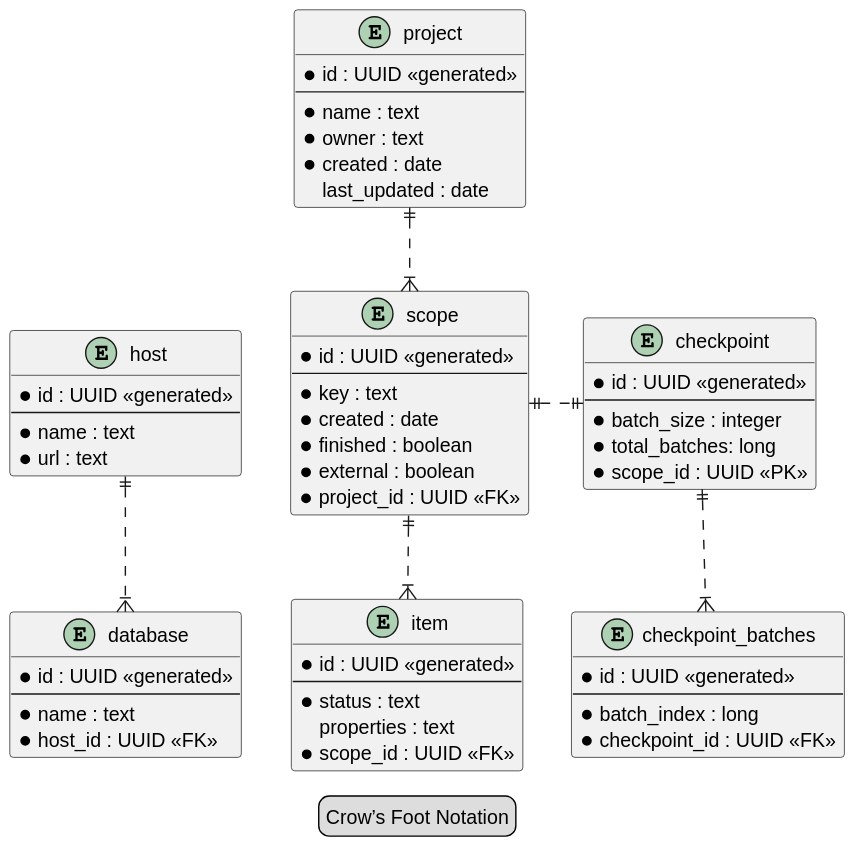
Earlier version of the PlantUML export data-migration-documentation/src/main/images/databaseModel.svg (TuncerCatalkaya/data-migration).
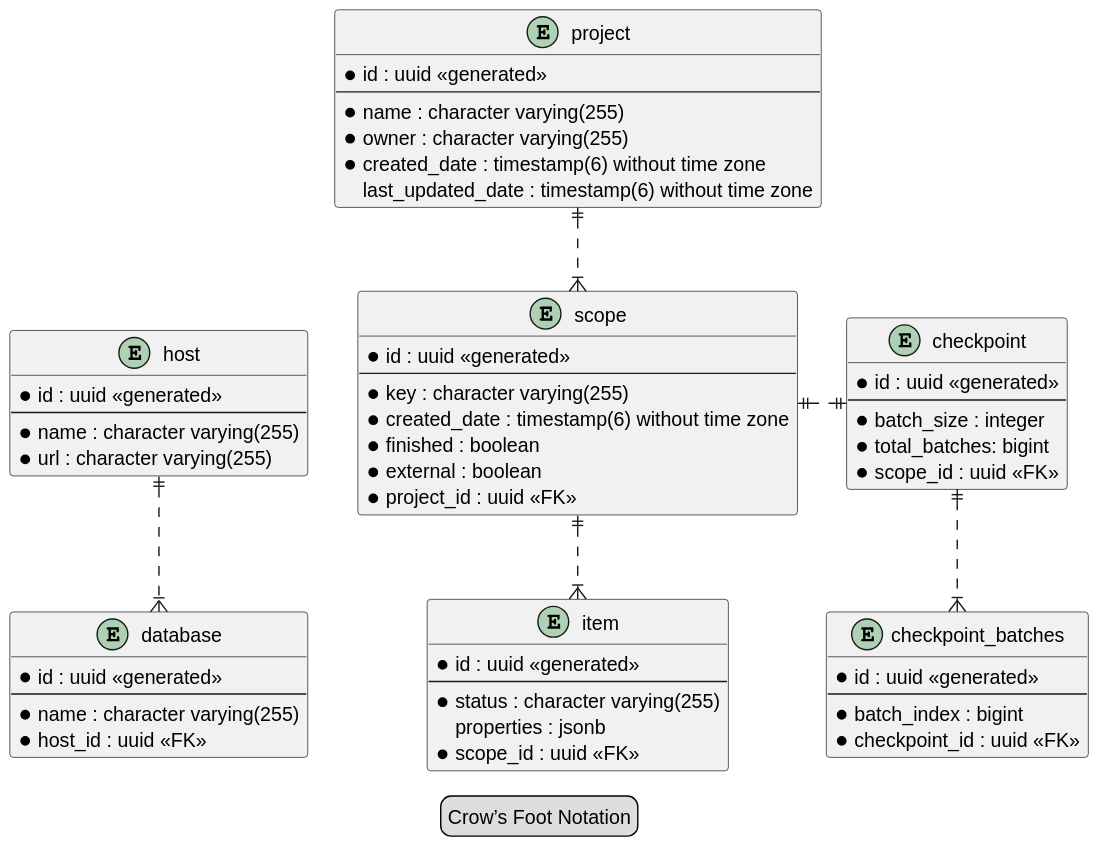
After the commit.

The edit, as a diff of the source:
```diff
@@ -2,59 +2,59 @@
 legend Crow’s Foot Notation
 
 entity project {
-    * id : UUID <<generated>>
+    * id : uuid <<generated>>
     --
-    * name : text
-    * owner : text
-    * created : date
-    last_updated : date
+    * name : character varying(255)
+    * owner : character varying(255)
+    * created_date : timestamp(6) without time zone
+    last_updated_date : timestamp(6) without time zone
 }
 
 entity scope {
-    * id : UUID <<generated>>
+    * id : uuid <<generated>>
     --
-    * key : text
-    * created : date
+    * key : character varying(255)
+    * created_date : timestamp(6) without time zone
     * finished : boolean
     * external : boolean
-    * project_id : UUID <<FK>>
+    * project_id : uuid <<FK>>
 }
 
 entity item {
-    * id : UUID <<generated>>
+    * id : uuid <<generated>>
     --
-    * status : text
-    properties : text
-    * scope_id : UUID <<FK>>
+    * status : character varying(255)
+    properties : jsonb
+    * scope_id : uuid <<FK>>
 }
 
 entity checkpoint {
-    * id : UUID <<generated>>
+    * id : uuid <<generated>>
     --
     * batch_size : integer
-    * total_batches: long
-    * scope_id : UUID <<PK>>
+    * total_batches: bigint
+    * scope_id : uuid <<FK>>
 }
 
 entity checkpoint_batches {
-    * id : UUID <<generated>>
+    * id : uuid <<generated>>
     --
-    * batch_index : long
-    * checkpoint_id : UUID <<FK>>
+    * batch_index : bigint
+    * checkpoint_id : uuid <<FK>>
 }
 
 entity host {
-    * id : UUID <<generated>>
+    * id : uuid <<generated>>
     --
-    * name : text
-    * url : text
+    * name : character varying(255)
+    * url : character varying(255)
 }
 
 entity database {
-    * id : UUID <<generated>>
+    * id : uuid <<generated>>
     --
-    * name : text
-    * host_id : UUID <<FK>>
+    * name : character varying(255)
+    * host_id : uuid <<FK>>
 }
 
 project ||..|{ scope
```
